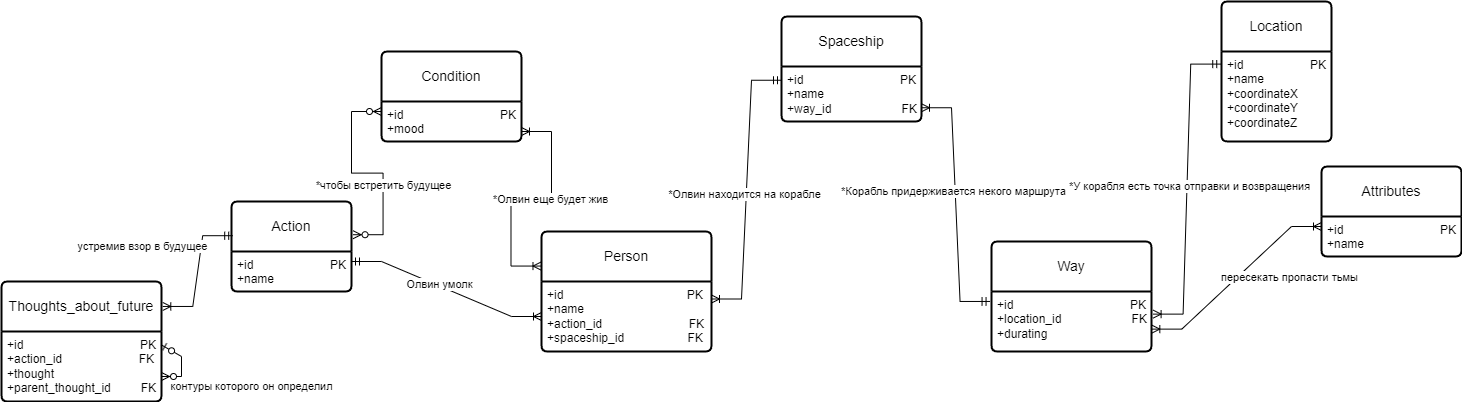
The draw.io diagram DataBases/lab1/InfologicDiagram.drawio.png in EgorovaVarvara/ITMO, before a commit. Source tidied: cells renumbered, new cells last; positions are measured from the earlier drawing's top-left corner, leaving out a move shared by most shapes.
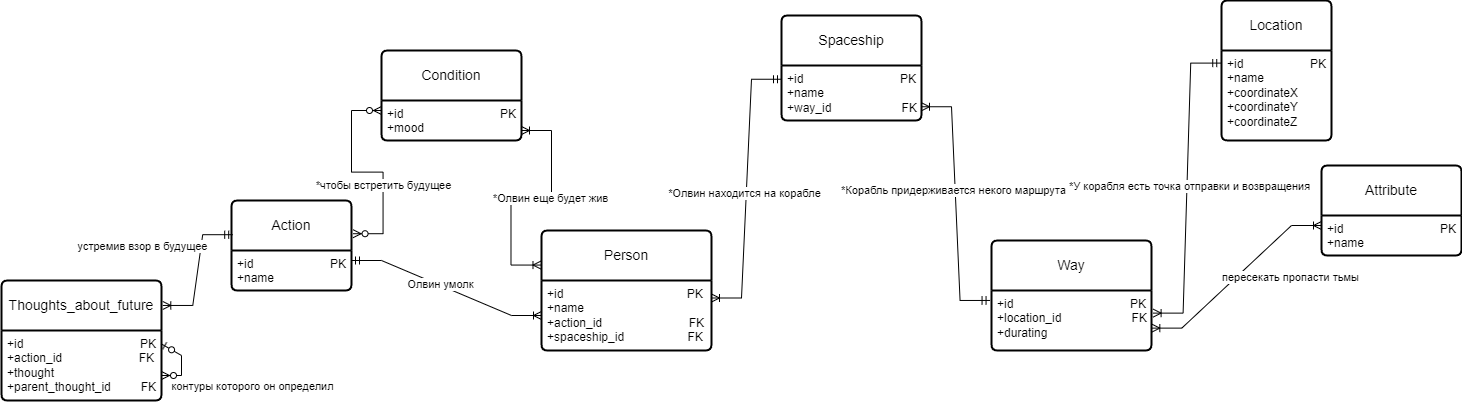
Later version of the same file.

What changed in the source:
```diff
@@ -35,7 +35,7 @@
     <mxCell id="12" value="+id&amp;nbsp; &amp;nbsp; &amp;nbsp; &amp;nbsp; &amp;nbsp; &amp;nbsp; &amp;nbsp; &amp;nbsp; &amp;nbsp; &amp;nbsp; &amp;nbsp; &amp;nbsp; &amp;nbsp; &amp;nbsp; &amp;nbsp;PK&lt;br&gt;+name&lt;br&gt;+way_id&amp;nbsp; &amp;nbsp; &amp;nbsp; &amp;nbsp; &amp;nbsp; &amp;nbsp; &amp;nbsp; &amp;nbsp; &amp;nbsp; &amp;nbsp; &amp;nbsp;FK" style="align=left;strokeColor=none;fillColor=none;spacingLeft=4;fontSize=12;verticalAlign=top;html=1;" parent="11" vertex="1">
       <mxGeometry y="50" width="140" height="55" as="geometry" />
     </mxCell>
-    <mxCell id="13" value="Attributes" style="swimlane;horizontal=1;startSize=50;rounded=1;fontSize=14;fontStyle=0;strokeWidth=2;shadow=0;dashed=0;align=center;arcSize=4;whiteSpace=wrap;html=1;" parent="1" vertex="1">
+    <mxCell id="13" value="Attribute" style="swimlane;horizontal=1;startSize=50;rounded=1;fontSize=14;fontStyle=0;strokeWidth=2;shadow=0;dashed=0;align=center;arcSize=4;whiteSpace=wrap;html=1;" parent="1" vertex="1">
       <mxGeometry x="1320" y="165" width="140" height="90" as="geometry" />
     </mxCell>
     <mxCell id="14" value="+id&amp;nbsp; &amp;nbsp; &amp;nbsp; &amp;nbsp; &amp;nbsp; &amp;nbsp; &amp;nbsp; &amp;nbsp; &amp;nbsp; &amp;nbsp; &amp;nbsp; &amp;nbsp; &amp;nbsp; &amp;nbsp; &amp;nbsp;PK&lt;br&gt;+name" style="align=left;strokeColor=none;fillColor=none;spacingLeft=4;fontSize=12;verticalAlign=top;html=1;" parent="13" vertex="1">
```
